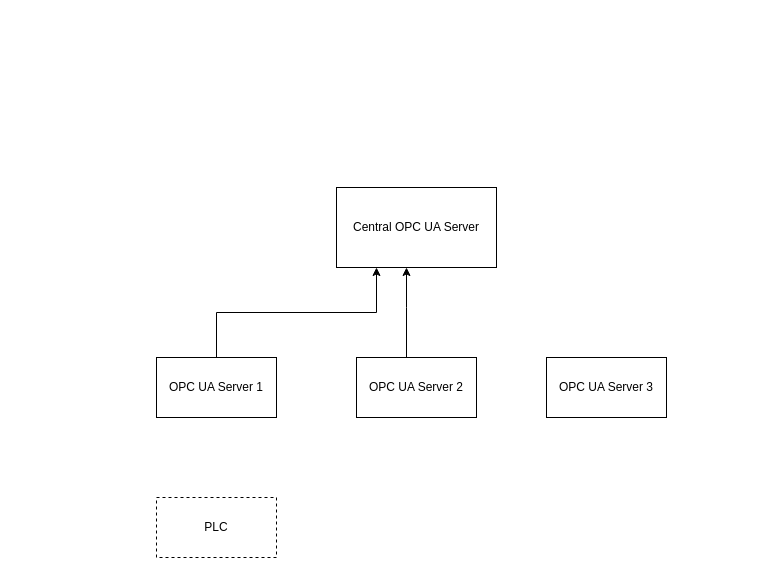
Before: design/Untitled Diagram.drawio in zxx8808/draw, a draw.io diagram. Source tidied: cells renumbered, new cells numbered last; positions are measured from the earlier drawing's top-left corner, leaving out a move shared by most shapes. Both pictures are drawn from the tidied source at 100%, with x=0, y=0 at pixel (156, 187).
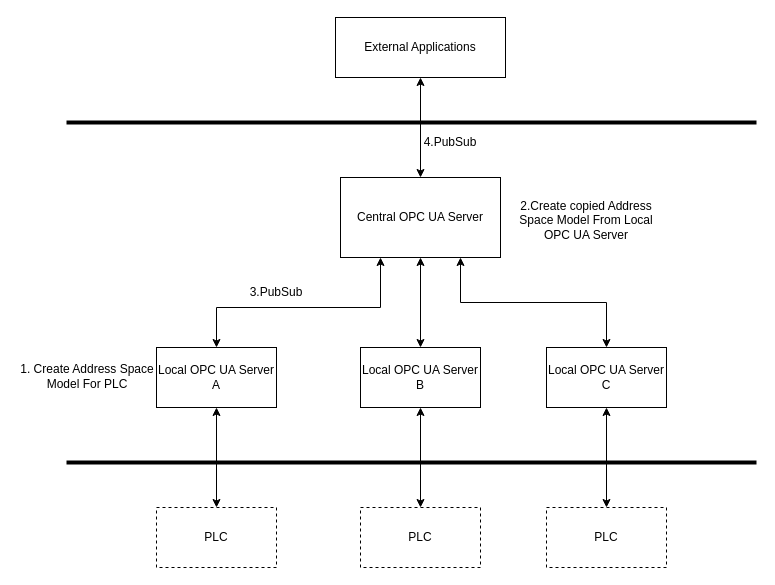
The same page after the edit.

What changed in the source:
```diff
@@
+    <mxCell id="9" style="edgeStyle=orthogonalEdgeStyle;rounded=0;jettySize=auto;html=1;startArrow=classic;startFill=1;startSize=6;endSize=6;sourcePerimeterSpacing=0;targetPerimeterSpacing=0;" parent="1" edge="1" source="2" target="25">
+      <mxGeometry relative="1" as="geometry" />
+    </mxCell>
     <mxCell id="2" value="Central OPC UA Server" style="rounded=0;whiteSpace=wrap;html=1;" parent="1" vertex="1">
-      <mxGeometry x="180" width="160" height="80" as="geometry" />
+      <mxGeometry x="184" y="-10" width="160" height="80" as="geometry" />
     </mxCell>
-    <mxCell id="3" style="edgeStyle=orthogonalEdgeStyle;rounded=0;jettySize=auto;html=1;exitX=0.5;exitY=0;exitDx=0;exitDy=0;entryX=0.25;entryY=1;entryDx=0;entryDy=0;" parent="1" edge="1" source="4" target="2">
-      <mxGeometry relative="1" as="geometry" />
+    <mxCell id="3" style="edgeStyle=orthogonalEdgeStyle;rounded=0;jettySize=auto;html=1;exitX=0.5;exitY=0;exitDx=0;exitDy=0;entryX=0.25;entryY=1;entryDx=0;entryDy=0;startArrow=classic;startFill=1;startSize=6;endSize=6;sourcePerimeterSpacing=0;targetPerimeterSpacing=0;" parent="1" edge="1" source="4" target="2">
+      <mxGeometry relative="1" as="geometry">
+        <Array as="points">
+          <mxPoint x="60" y="120" />
+          <mxPoint x="224" y="120" />
+        </Array>
+      </mxGeometry>
     </mxCell>
+    <mxCell id="10" style="edgeStyle=orthogonalEdgeStyle;rounded=0;jettySize=auto;html=1;startArrow=classic;startFill=1;startSize=6;endSize=6;sourcePerimeterSpacing=0;targetPerimeterSpacing=0;" parent="1" edge="1" source="4" target="8">
+      <mxGeometry relative="1" as="geometry" />
+    </mxCell>
-    <mxCell id="4" value="OPC UA Server 1" style="rounded=0;whiteSpace=wrap;html=1;" parent="1" vertex="1">
-      <mxGeometry y="170" width="120" height="60" as="geometry" />
+    <mxCell id="4" value="Local OPC UA Server A" style="rounded=0;whiteSpace=wrap;html=1;" parent="1" vertex="1">
+      <mxGeometry y="160" width="120" height="60" as="geometry" />
     </mxCell>
-    <mxCell id="5" style="edgeStyle=orthogonalEdgeStyle;rounded=0;jettySize=auto;html=1;" parent="1" edge="1" source="6" target="2">
-      <mxGeometry relative="1" as="geometry">
-        <Array as="points">
-          <mxPoint x="250" y="120" />
-          <mxPoint x="250" y="120" />
-        </Array>
-      </mxGeometry>
-    </mxCell>
-    <mxCell id="6" value="OPC UA Server 2" style="rounded=0;whiteSpace=wrap;html=1;" parent="1" vertex="1">
-      <mxGeometry x="200" y="170" width="120" height="60" as="geometry" />
-    </mxCell>
-    <mxCell id="7" value="OPC UA Server 3" style="rounded=0;whiteSpace=wrap;html=1;" parent="1" vertex="1">
-      <mxGeometry x="390" y="170" width="120" height="60" as="geometry" />
-    </mxCell>
     <mxCell id="8" value="PLC" style="rounded=0;whiteSpace=wrap;html=1;dashed=1;" parent="1" vertex="1">
-      <mxGeometry y="310" width="120" height="60" as="geometry" />
+      <mxGeometry y="320" width="120" height="60" as="geometry" />
     </mxCell>
+    <mxCell id="11" value="3.PubSub" style="text;html=1;strokeColor=none;fillColor=none;align=center;verticalAlign=middle;whiteSpace=wrap;rounded=0;" parent="1" vertex="1">
+      <mxGeometry x="90" y="90" width="60" height="30" as="geometry" />
+    </mxCell>
+    <mxCell id="12" value="4.PubSub" style="text;html=1;strokeColor=none;fillColor=none;align=center;verticalAlign=middle;whiteSpace=wrap;rounded=0;" parent="1" vertex="1">
+      <mxGeometry x="264" y="-60" width="60" height="30" as="geometry" />
+    </mxCell>
+    <mxCell id="13" style="line;strokeWidth=4;html=1;perimeter=backbonePerimeter;" parent="1" vertex="1">
+      <mxGeometry x="-90" y="-70" width="690" height="10" as="geometry" />
+    </mxCell>
+    <mxCell id="14" style="line;strokeWidth=4;html=1;perimeter=backbonePerimeter;" parent="1" vertex="1">
+      <mxGeometry x="-90" y="270" width="690" height="10" as="geometry" />
+    </mxCell>
+    <mxCell id="15" value="1. Create Address Space Model For PLC" style="text;html=1;strokeColor=none;fillColor=none;align=center;verticalAlign=middle;whiteSpace=wrap;rounded=0;" parent="1" vertex="1">
+      <mxGeometry x="-139" y="174" width="140" height="30" as="geometry" />
+    </mxCell>
+    <mxCell id="16" value="2.Create copied Address Space Model From Local OPC UA Server" style="text;html=1;strokeColor=none;fillColor=none;align=center;verticalAlign=middle;whiteSpace=wrap;rounded=0;" parent="1" vertex="1">
+      <mxGeometry x="360" y="10" width="140" height="45" as="geometry" />
+    </mxCell>
+    <mxCell id="17" style="edgeStyle=orthogonalEdgeStyle;rounded=0;jettySize=auto;html=1;startArrow=classic;startFill=1;startSize=6;endSize=6;sourcePerimeterSpacing=0;targetPerimeterSpacing=0;" parent="1" edge="1" source="19" target="20">
+      <mxGeometry relative="1" as="geometry" />
+    </mxCell>
+    <mxCell id="18" style="edgeStyle=orthogonalEdgeStyle;rounded=0;jettySize=auto;html=1;startArrow=classic;startFill=1;startSize=6;endSize=6;sourcePerimeterSpacing=0;targetPerimeterSpacing=0;" parent="1" edge="1" source="19" target="2">
+      <mxGeometry relative="1" as="geometry" />
+    </mxCell>
+    <mxCell id="19" value="Local OPC UA Server B" style="rounded=0;whiteSpace=wrap;html=1;" parent="1" vertex="1">
+      <mxGeometry x="204" y="160" width="120" height="60" as="geometry" />
+    </mxCell>
+    <mxCell id="20" value="PLC" style="rounded=0;whiteSpace=wrap;html=1;dashed=1;" parent="1" vertex="1">
+      <mxGeometry x="204" y="320" width="120" height="60" as="geometry" />
+    </mxCell>
+    <mxCell id="21" style="edgeStyle=orthogonalEdgeStyle;rounded=0;jettySize=auto;html=1;startArrow=classic;startFill=1;startSize=6;endSize=6;sourcePerimeterSpacing=0;targetPerimeterSpacing=0;" parent="1" edge="1" source="23" target="24">
+      <mxGeometry relative="1" as="geometry" />
+    </mxCell>
+    <mxCell id="22" style="edgeStyle=orthogonalEdgeStyle;rounded=0;jettySize=auto;html=1;exitX=0.5;exitY=0;exitDx=0;exitDy=0;entryX=0.75;entryY=1;entryDx=0;entryDy=0;startArrow=classic;startFill=1;startSize=6;endSize=6;sourcePerimeterSpacing=0;targetPerimeterSpacing=0;" parent="1" edge="1" source="23" target="2">
+      <mxGeometry relative="1" as="geometry" />
+    </mxCell>
+    <mxCell id="23" value="Local OPC UA Server C" style="rounded=0;whiteSpace=wrap;html=1;" parent="1" vertex="1">
+      <mxGeometry x="390" y="160" width="120" height="60" as="geometry" />
+    </mxCell>
+    <mxCell id="24" value="PLC" style="rounded=0;whiteSpace=wrap;html=1;dashed=1;" parent="1" vertex="1">
+      <mxGeometry x="390" y="320" width="120" height="60" as="geometry" />
+    </mxCell>
+    <mxCell id="25" value="External Applications" style="rounded=0;whiteSpace=wrap;html=1;" parent="1" vertex="1">
+      <mxGeometry x="179" y="-170" width="170" height="60" as="geometry" />
+    </mxCell>
```
